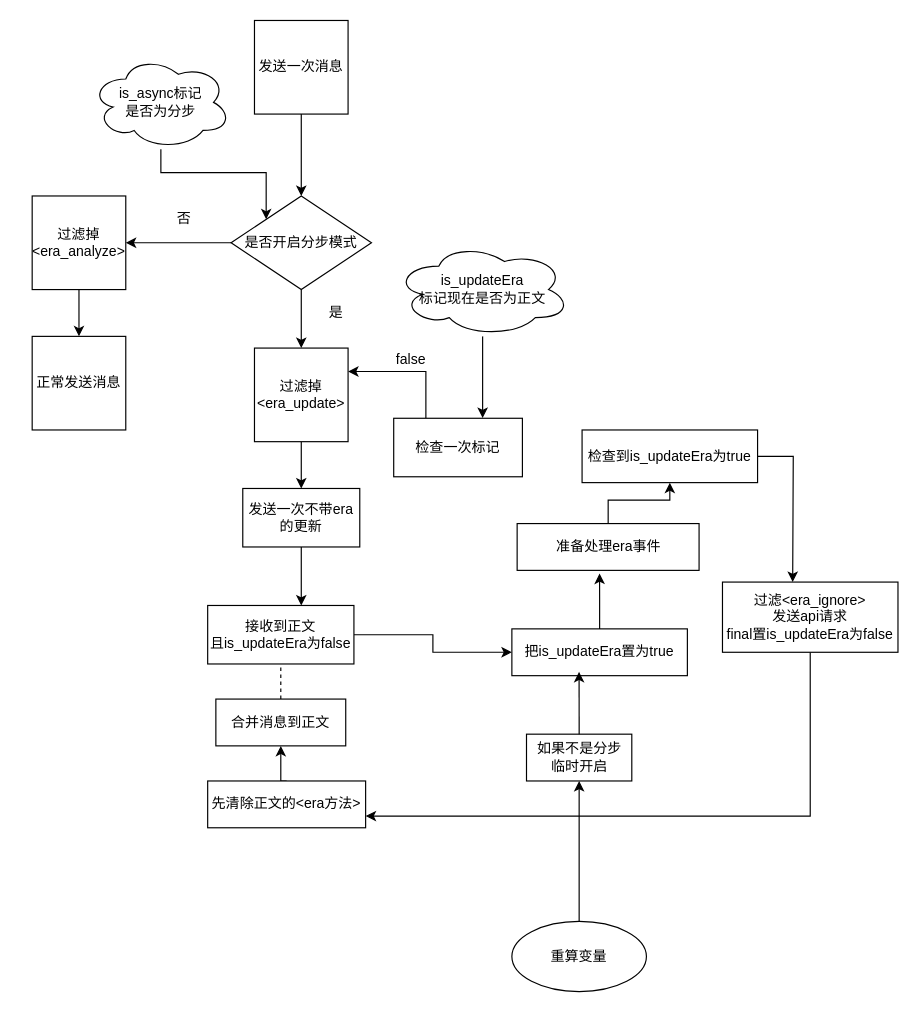
The draw.io diagram src/ERA小帮手/doc/工作流图.drawio in Malkuku/tavern_helper_template, before the edit. Source tidied: cells renumbered, new cells numbered last; positions are measured from the earlier drawing's top-left corner, leaving out a move shared by most shapes. Both pictures are drawn from the tidied source at 117%, with x=0, y=0 at pixel (32, 20).
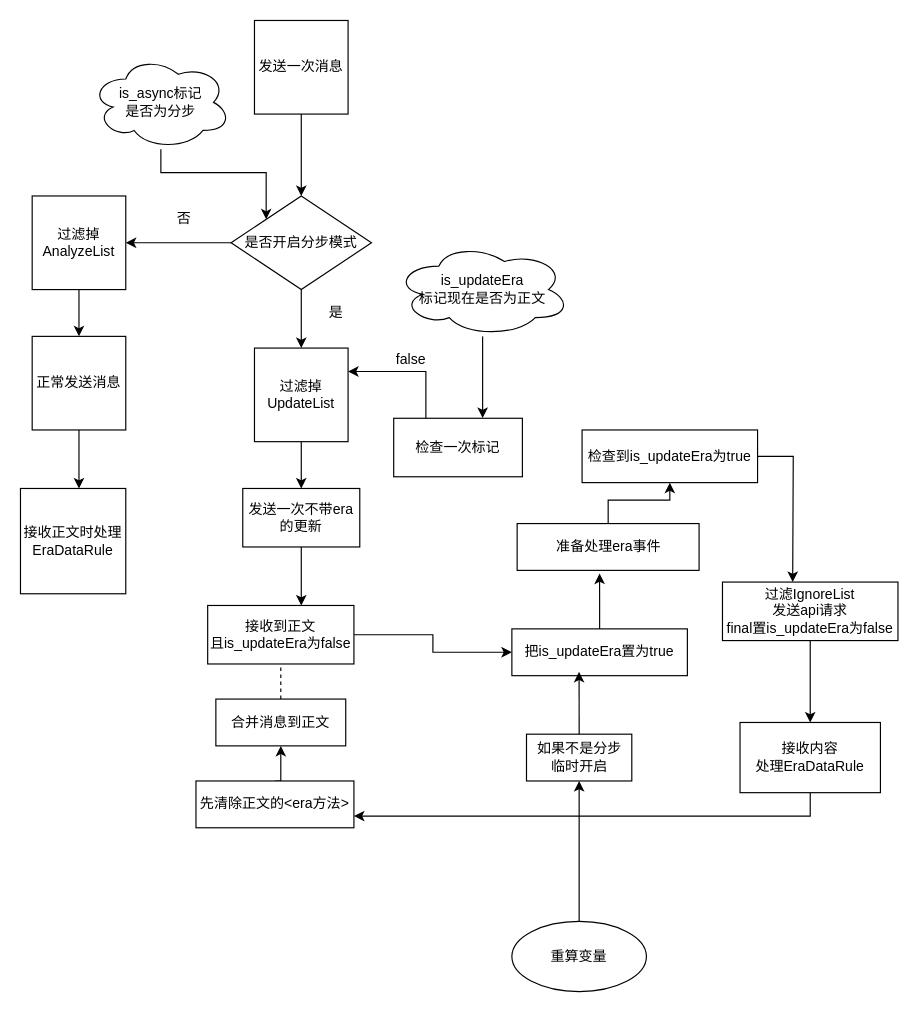
Above is the later version.

Unchanged cells that the change refers to:
```xml
<mxCell id="10" value="正常发送消息" style="whiteSpace=wrap;html=1;" parent="1" vertex="1">
  <mxGeometry y="270" width="80" height="80" as="geometry" />
</mxCell>
```

Diff of the diagram source:
```diff
@@
-    <mxCell id="8" value="过滤掉&lt;br&gt;&amp;lt;era_analyze&amp;gt;" style="whiteSpace=wrap;html=1;" parent="1" vertex="1">
+    <mxCell id="8" value="过滤掉&lt;br&gt;AnalyzeList" style="whiteSpace=wrap;html=1;" parent="1" vertex="1">
       <mxGeometry y="150" width="80" height="80" as="geometry" />
     </mxCell>
@@
+    <mxCell id="41" style="edgeStyle=orthogonalEdgeStyle;rounded=0;jettySize=auto;html=1;" parent="1" edge="1" source="10">
+      <mxGeometry relative="1" as="geometry">
+        <mxPoint x="40" y="400" as="targetPoint" />
+      </mxGeometry>
+    </mxCell>
@@
-    <mxCell id="14" value="过滤掉&lt;br&gt;&amp;lt;era_update&amp;gt;" style="whiteSpace=wrap;html=1;" parent="1" vertex="1">
+    <mxCell id="14" value="过滤掉&lt;br&gt;UpdateList" style="whiteSpace=wrap;html=1;" parent="1" vertex="1">
       <mxGeometry x="190" y="280" width="80" height="80" as="geometry" />
     </mxCell>
@@
-    <mxCell id="31" style="edgeStyle=orthogonalEdgeStyle;rounded=0;jettySize=auto;html=1;entryX=1;entryY=0.75;entryDx=0;entryDy=0;" parent="1" edge="1" source="32" target="36">
+    <mxCell id="31" style="edgeStyle=orthogonalEdgeStyle;rounded=0;jettySize=auto;html=1;entryX=1;entryY=0.75;entryDx=0;entryDy=0;" parent="1" edge="1" source="44" target="36">
       <mxGeometry relative="1" as="geometry">
         <Array as="points">
           <mxPoint x="665" y="680" />
         </Array>
       </mxGeometry>
     </mxCell>
+    <mxCell id="42" style="edgeStyle=orthogonalEdgeStyle;rounded=0;jettySize=auto;html=1;" parent="1" edge="1" source="32" target="44">
+      <mxGeometry relative="1" as="geometry" />
+    </mxCell>
-    <mxCell id="32" value="过滤&lt;span style=&quot;background-color: transparent; color: light-dark(rgb(0, 0, 0), rgb(255, 255, 255));&quot;&gt;&amp;lt;era_ignore&amp;gt;&lt;/span&gt;&lt;div&gt;发送api请求&lt;br&gt;final置is_updateEra为false&lt;/div&gt;" style="rounded=0;whiteSpace=wrap;html=1;" parent="1" vertex="1">
-      <mxGeometry x="590" y="480" width="150" height="60" as="geometry" />
+    <mxCell id="32" value="过滤&lt;span style=&quot;background-color: transparent; color: light-dark(rgb(0, 0, 0), rgb(255, 255, 255));&quot;&gt;IgnoreList&lt;/span&gt;&lt;div&gt;发送api请求&lt;br&gt;final置is_updateEra为false&lt;/div&gt;" style="rounded=0;whiteSpace=wrap;html=1;" parent="1" vertex="1">
+      <mxGeometry x="590" y="480" width="150" height="50" as="geometry" />
     </mxCell>
@@
     <mxCell id="36" value="先清除正文的&amp;lt;era方法&amp;gt;" style="rounded=0;whiteSpace=wrap;html=1;" parent="1" vertex="1">
-      <mxGeometry x="150" y="650" width="135" height="40" as="geometry" />
+      <mxGeometry x="140" y="650" width="135" height="40" as="geometry" />
     </mxCell>
@@
+    <mxCell id="43" value="接收正文时处理EraDataRule" style="whiteSpace=wrap;html=1;" parent="1" vertex="1">
+      <mxGeometry x="-10" y="400" width="90" height="90" as="geometry" />
+    </mxCell>
+    <mxCell id="44" value="接收内容&lt;div&gt;处理EraDataRule&lt;/div&gt;" style="rounded=0;whiteSpace=wrap;html=1;" parent="1" vertex="1">
+      <mxGeometry x="605" y="600" width="120" height="60" as="geometry" />
+    </mxCell>
```
